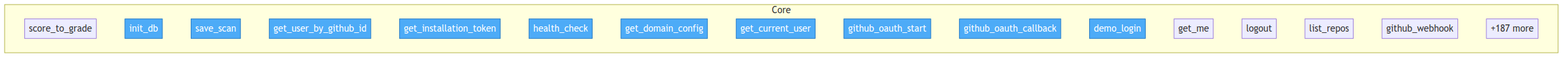
Earlier version of the Mermaid export project/flow.png (semcod/www). Its source is kept beside it as project/flow.mmd.
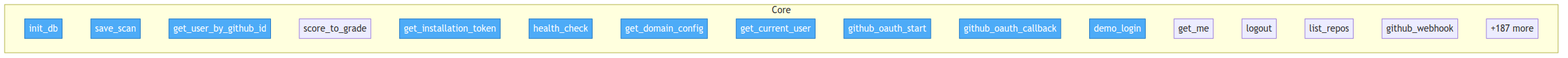
The same diagram one commit later.

What changed in the source:
```diff
@@ -3,10 +3,10 @@
     classDef entry fill:#4dabf7,stroke:#1971c2,color:#fff
 
     subgraph Core
-        backend__services__scoring__score_to_grade["score_to_grade"]
         backend__database__init_db["init_db"]
         backend__database__save_scan["save_scan"]
         backend__database__get_user_by_github_id["get_user_by_github_id"]
+        backend__services__scoring__score_to_grade["score_to_grade"]
         backend__services__github_client__get_installation_token["get_installation_token"]
         backend__routers__system__health_check["health_check"]
         backend__routers__system__get_domain_config["get_domain_config"]
```
